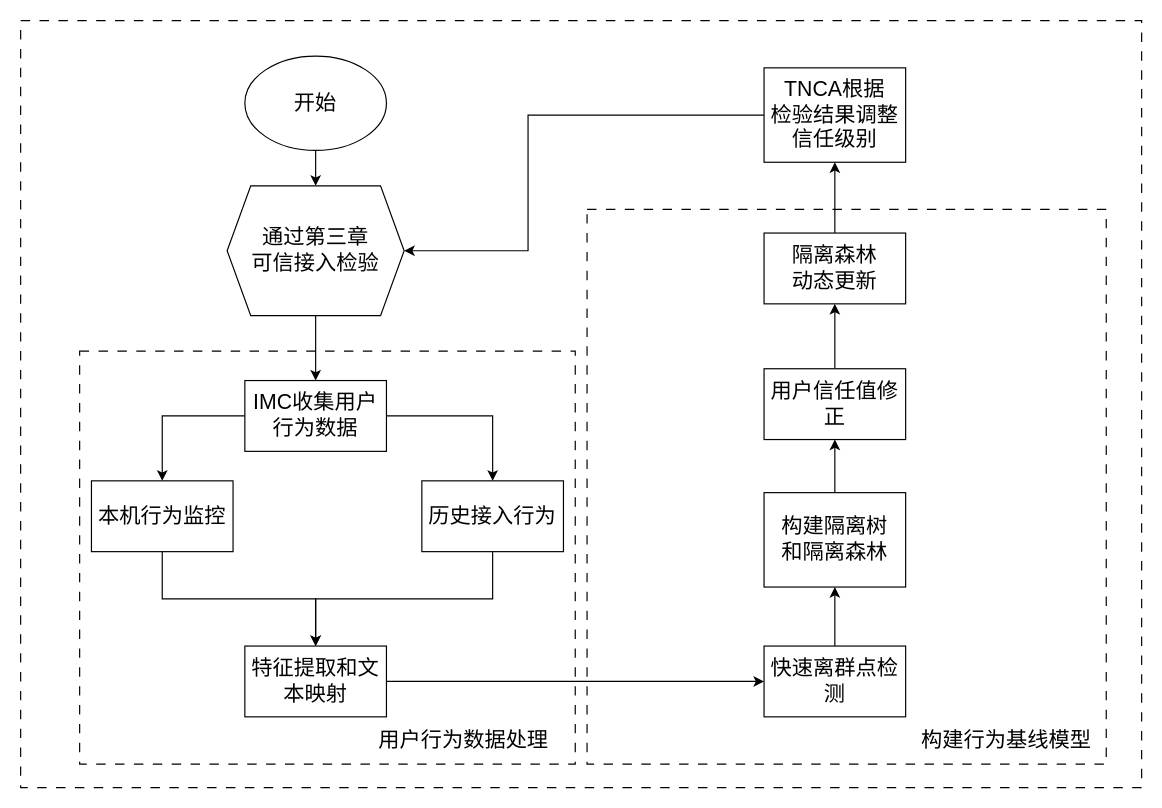
Before: testDirectory/持续接入检验流程.drawio in Moose1273/-, a draw.io diagram. Source tidied: cells renumbered, new cells numbered last; positions are measured from the earlier drawing's top-left corner, leaving out a move shared by most shapes. Both pictures are drawn from the tidied source at 118%, with x=0, y=0 at pixel (20, 20).
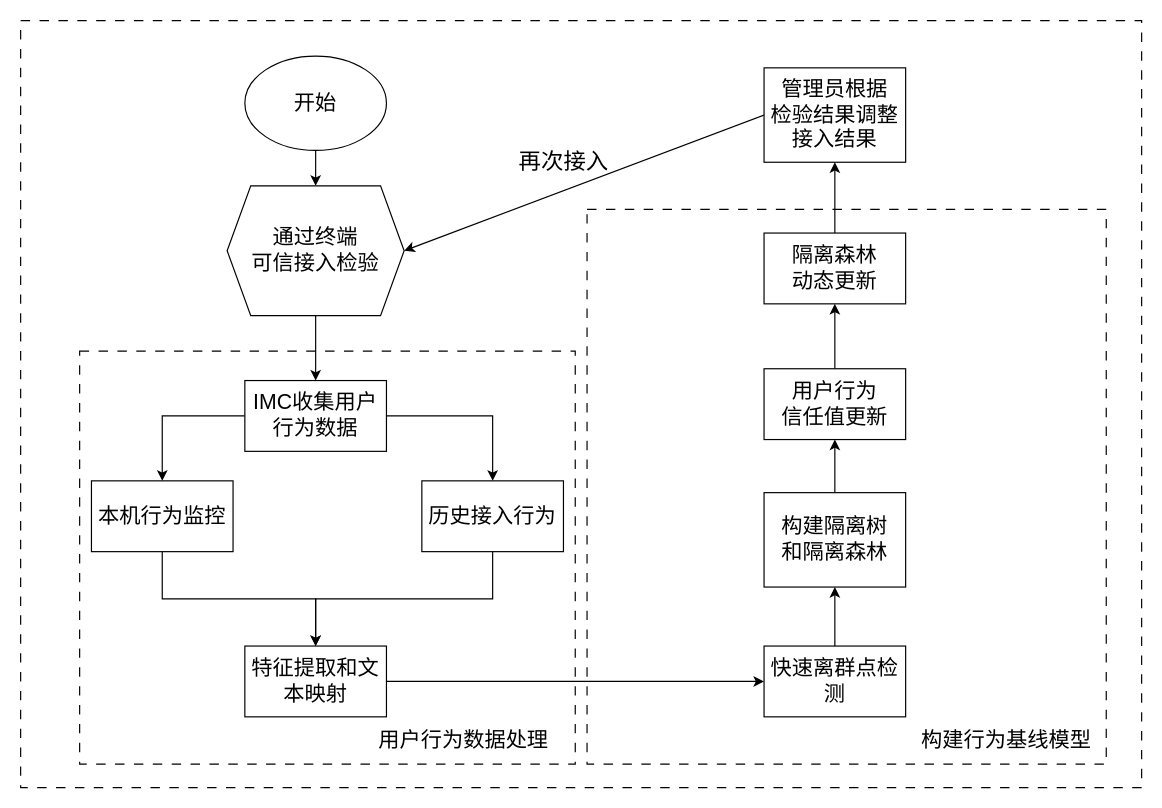
The same page after the edit.

Commit message:
更新持续接入检验流程.drawio

The edit, as a diff of the source:
```diff
@@
-    <mxCell id="8" value="通过第三章&lt;br style=&quot;font-size: 18px;&quot;&gt;可信接入检验" style="shape=hexagon;perimeter=hexagonPerimeter2;whiteSpace=wrap;html=1;fixedSize=1;fontSize=18;" parent="1" vertex="1">
+    <mxCell id="8" value="通过终端&lt;br style=&quot;font-size: 18px;&quot;&gt;可信接入检验" style="shape=hexagon;perimeter=hexagonPerimeter2;whiteSpace=wrap;html=1;fixedSize=1;fontSize=18;" parent="1" vertex="1">
       <mxGeometry x="175" y="140" width="150" height="110" as="geometry" />
     </mxCell>
@@
-    <mxCell id="25" value="用户信任值修正" style="whiteSpace=wrap;html=1;fontSize=18;" parent="1" vertex="1">
+    <mxCell id="25" value="用户行为&lt;br&gt;信任值更新" style="whiteSpace=wrap;html=1;fontSize=18;" parent="1" vertex="1">
       <mxGeometry x="630" y="295" width="120" height="60" as="geometry" />
     </mxCell>
-    <mxCell id="26" style="edgeStyle=orthogonalEdgeStyle;rounded=0;jettySize=auto;html=1;exitX=0;exitY=0.5;exitDx=0;exitDy=0;entryX=1;entryY=0.5;entryDx=0;entryDy=0;" parent="1" edge="1" source="27" target="8">
-      <mxGeometry relative="1" as="geometry">
-        <Array as="points">
-          <mxPoint x="430" y="80" />
-          <mxPoint x="430" y="195" />
-        </Array>
-      </mxGeometry>
+    <mxCell id="26" style="rounded=0;jettySize=auto;html=1;exitX=0;exitY=0.5;exitDx=0;exitDy=0;entryX=1;entryY=0.5;entryDx=0;entryDy=0;" parent="1" edge="1" source="27" target="8">
+      <mxGeometry relative="1" as="geometry" />
     </mxCell>
-    <mxCell id="27" value="TNCA根据&lt;br&gt;检验结果调整&lt;br&gt;信任级别" style="whiteSpace=wrap;html=1;fontSize=18;" parent="1" vertex="1">
+    <mxCell id="27" value="管理员根据&lt;br&gt;检验结果调整&lt;br&gt;接入结果" style="whiteSpace=wrap;html=1;fontSize=18;" parent="1" vertex="1">
       <mxGeometry x="630" y="40" width="120" height="80" as="geometry" />
     </mxCell>
@@
+    <mxCell id="30" value="&lt;font style=&quot;font-size: 19px;&quot;&gt;再次接入&lt;/font&gt;" style="text;html=1;align=center;verticalAlign=middle;strokeColor=none;fillColor=none;" parent="1" vertex="1">
+      <mxGeometry x="410" y="100" width="100" height="40" as="geometry" />
+    </mxCell>
```
